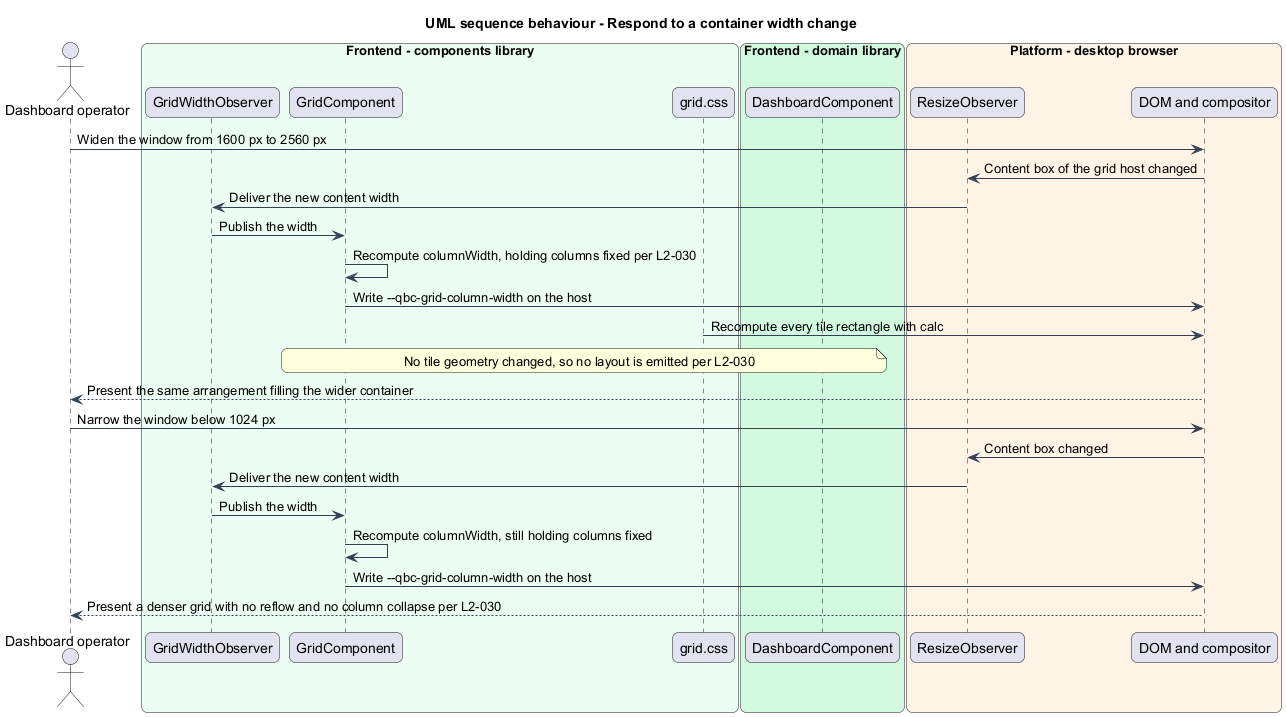
Above: docs/detailed-designs/library-delivery/fill-the-desktop-viewport/diagrams/sequence-container-resize.png in QuinntyneBrown/qbc-grid (PlantUML), before the change. Source of this version:
```plantuml
@startuml
title UML sequence behaviour - Respond to a container width change
skinparam backgroundColor #FFFFFF
skinparam shadowing false
skinparam roundcorner 12
skinparam defaultFontName Arial
skinparam ArrowColor #344054
skinparam rectangle {
  BorderColor #344054
  FontColor #101828
}
skinparam package {
  BorderColor #667085
  FontColor #101828
  BackgroundColor #F9FAFB
}
actor "Dashboard operator" as actor
box "Frontend - components library" #ECFDF3
  participant "GridWidthObserver" as observer
  participant "GridComponent" as grid
  participant "grid.css" as styles
end box
box "Frontend - domain library" #D1FADF
  participant "DashboardComponent" as dashboard
end box
box "Platform - desktop browser" #FFF4E5
  participant "ResizeObserver" as ro
  participant "DOM and compositor" as dom
end box

actor -> dom : Widen the window from 1600 px to 2560 px
dom -> ro : Content box of the grid host changed
ro -> observer : Deliver the new content width
observer -> grid : Publish the width
grid -> grid : Recompute columnWidth, holding columns fixed per L2-030
grid -> dom : Write --qbc-grid-column-width on the host
styles -> dom : Recompute every tile rectangle with calc
note over grid, dashboard : No tile geometry changed, so no layout is emitted per L2-030
dom --> actor : Present the same arrangement filling the wider container

actor -> dom : Narrow the window below 1024 px
dom -> ro : Content box changed
ro -> observer : Deliver the new content width
observer -> grid : Publish the width
grid -> grid : Recompute columnWidth, still holding columns fixed
grid -> dom : Write --qbc-grid-column-width on the host
dom --> actor : Present a denser grid with no reflow and no column collapse per L2-030
@enduml
```
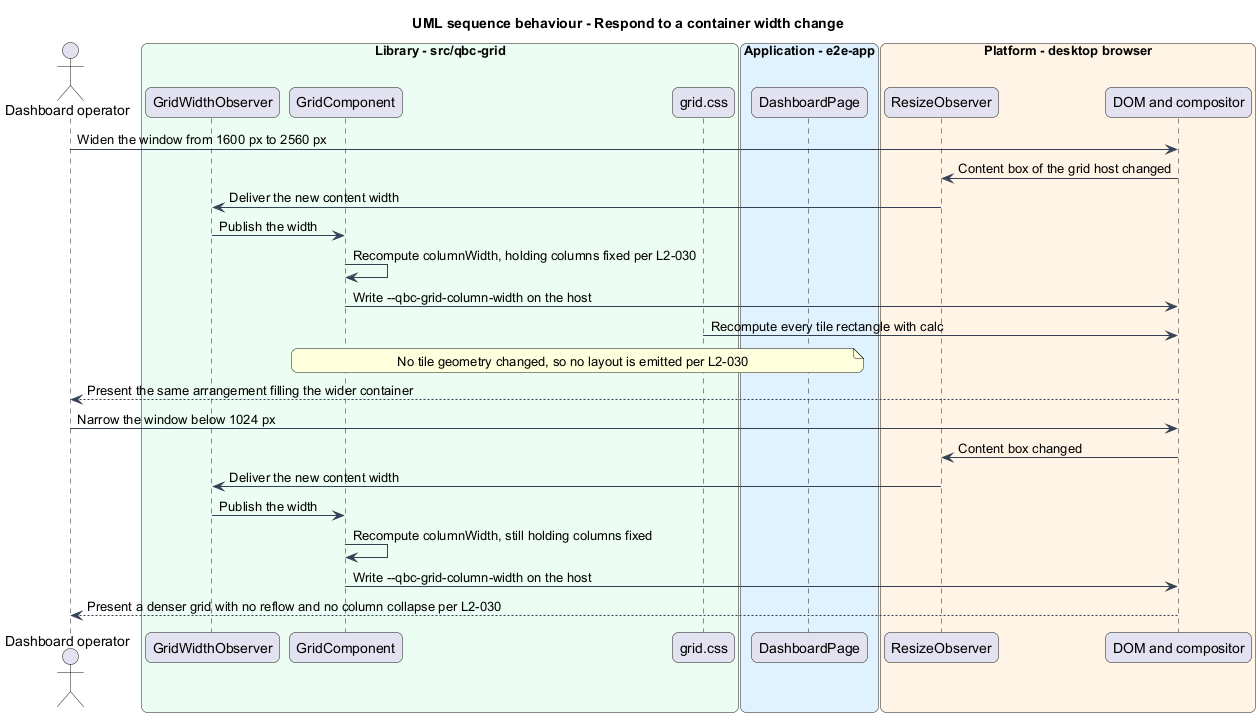
Later version of the same file.

Diff of the diagram source:
```diff
@@ -15,13 +15,13 @@
   BackgroundColor #F9FAFB
 }
 actor "Dashboard operator" as actor
-box "Frontend - components library" #ECFDF3
+box "Library - src/qbc-grid" #ECFDF3
   participant "GridWidthObserver" as observer
   participant "GridComponent" as grid
   participant "grid.css" as styles
 end box
-box "Frontend - domain library" #D1FADF
-  participant "DashboardComponent" as dashboard
+box "Application - e2e-app" #E0F2FE
+  participant "DashboardPage" as dashboard
 end box
 box "Platform - desktop browser" #FFF4E5
   participant "ResizeObserver" as ro
```
